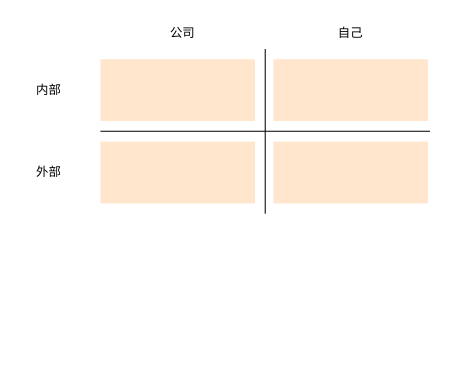
This is 未命名绘图.drawio from via008/Note, a draw.io file, before an edit. Source tidied: cells renumbered, new cells numbered last; positions are measured from the earlier drawing's top-left corner, leaving out a move shared by most shapes. Both pictures are drawn from the tidied source at 103%, with x=0, y=0 at pixel (18, 18).
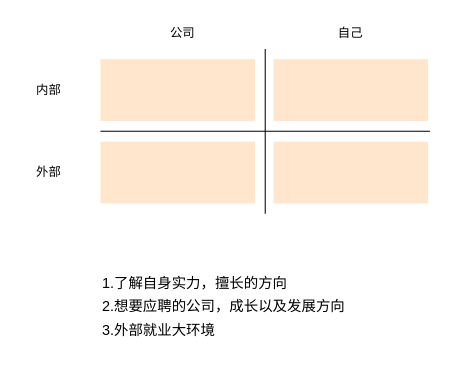
The same diagram, later.

Diff of the diagram source:
```diff
@@
 <mxGraphModel>
   <root>
     <mxCell id="0" />
     <mxCell id="1" parent="0" />
     <mxCell id="2" style="endArrow=none;html=1;rounded=0;" parent="1" edge="1">
       <mxGeometry relative="1" as="geometry">
         <mxPoint x="80" y="110" as="sourcePoint" />
         <mxPoint x="400" y="110" as="targetPoint" />
       </mxGeometry>
     </mxCell>
     <mxCell id="3" style="endArrow=none;html=1;rounded=0;" parent="1" edge="1">
       <mxGeometry relative="1" as="geometry">
         <mxPoint x="240" y="190" as="sourcePoint" />
         <mxPoint x="240" y="30" as="targetPoint" />
       </mxGeometry>
     </mxCell>
     <mxCell id="4" value="自己" style="text;html=1;align=center;verticalAlign=middle;whiteSpace=wrap;rounded=0;" parent="1" vertex="1">
       <mxGeometry x="293" width="60" height="30" as="geometry" />
     </mxCell>
     <mxCell id="5" value="公司" style="text;html=1;align=center;verticalAlign=middle;whiteSpace=wrap;rounded=0;" parent="1" vertex="1">
       <mxGeometry x="130" width="60" height="30" as="geometry" />
     </mxCell>
     <mxCell id="6" value="内部" style="text;html=1;align=center;verticalAlign=middle;whiteSpace=wrap;rounded=0;" parent="1" vertex="1">
       <mxGeometry y="55" width="60" height="30" as="geometry" />
     </mxCell>
     <mxCell id="7" value="外部" style="text;html=1;align=center;verticalAlign=middle;whiteSpace=wrap;rounded=0;" parent="1" vertex="1">
       <mxGeometry y="135" width="60" height="30" as="geometry" />
     </mxCell>
     <mxCell id="8" style="rounded=0;whiteSpace=wrap;html=1;fillColor=#ffe6cc;strokeColor=none;" parent="1" vertex="1">
       <mxGeometry x="248" y="40" width="150" height="60" as="geometry" />
     </mxCell>
     <mxCell id="9" style="rounded=0;whiteSpace=wrap;html=1;fillColor=#ffe6cc;strokeColor=none;" parent="1" vertex="1">
       <mxGeometry x="80" y="40" width="150" height="60" as="geometry" />
     </mxCell>
     <mxCell id="10" style="rounded=0;whiteSpace=wrap;html=1;fillColor=#ffe6cc;strokeColor=none;" parent="1" vertex="1">
       <mxGeometry x="80" y="120" width="150" height="60" as="geometry" />
     </mxCell>
     <mxCell id="11" style="rounded=0;whiteSpace=wrap;html=1;fillColor=#ffe6cc;strokeColor=none;" parent="1" vertex="1">
       <mxGeometry x="248" y="120" width="150" height="60" as="geometry" />
     </mxCell>
+    <mxCell id="12" value="&lt;div style=&quot;line-height: 160%;&quot;&gt;&lt;font style=&quot;font-size: 14px; line-height: 160%;&quot;&gt;1.了解自身实力，擅长的方向&lt;/font&gt;&lt;div&gt;&lt;font style=&quot;font-size: 14px; line-height: 160%;&quot;&gt;2.想要应聘的公司，成长以及发展方向&lt;/font&gt;&lt;/div&gt;&lt;div&gt;&lt;font style=&quot;font-size: 14px; line-height: 160%;&quot;&gt;3.外部就业大环境&lt;/font&gt;&lt;/div&gt;&lt;/div&gt;" style="text;html=1;align=left;verticalAlign=middle;strokeColor=none;fillColor=none;" parent="1" vertex="1">
+      <mxGeometry x="80" y="240" width="260" height="80" as="geometry" />
+    </mxCell>
   </root>
 </mxGraphModel>
```
